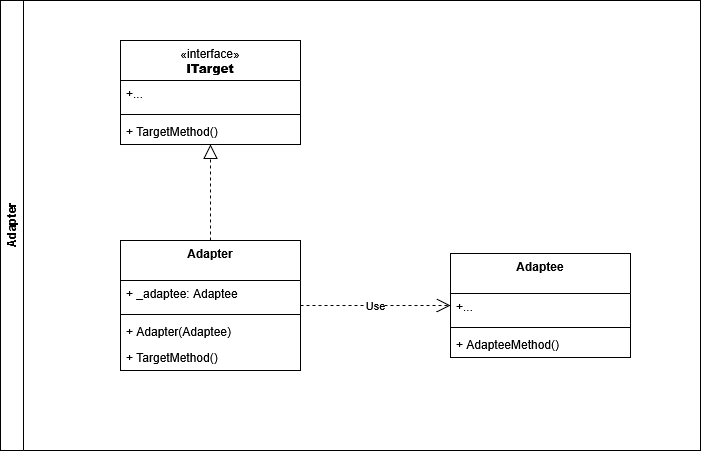
The draw.io diagram structurals/resources/adapter_components.drawio.png in devgalop/design-patterns-csharp, before a commit. Source tidied: cells renumbered, new cells last; positions are measured from the earlier drawing's top-left corner, leaving out a move shared by most shapes.
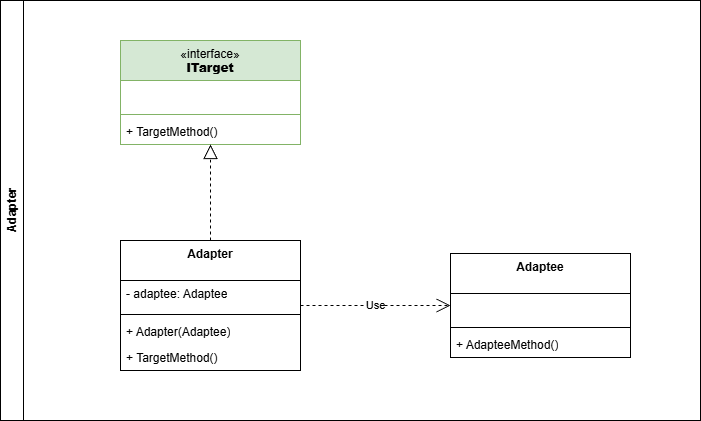
After the commit.

Change to the diagram source:
```diff
@@ -1,14 +1,14 @@
-<mxGraphModel>
+<mxGraphModel background="#ffffff">
   <root>
     <mxCell id="0" />
     <mxCell id="1" parent="0" />
     <mxCell id="2" value="Adapter" style="swimlane;horizontal=0;whiteSpace=wrap;html=1;" parent="1" vertex="1">
-      <mxGeometry width="700" height="450" as="geometry" />
+      <mxGeometry width="700" height="420" as="geometry" />
     </mxCell>
-    <mxCell id="3" value="&lt;span style=&quot;font-weight: normal;&quot;&gt;«interface»&lt;/span&gt;&lt;br&gt;&lt;b&gt;ITarget&lt;/b&gt;" style="swimlane;fontStyle=1;align=center;verticalAlign=top;horizontal=1;startSize=40;whiteSpace=wrap;html=1;" parent="2" vertex="1">
+    <mxCell id="3" value="&lt;span style=&quot;font-weight: normal;&quot;&gt;«interface»&lt;/span&gt;&lt;br&gt;&lt;b&gt;ITarget&lt;/b&gt;" style="swimlane;fontStyle=1;align=center;verticalAlign=top;horizontal=1;startSize=40;whiteSpace=wrap;html=1;fillColor=#d5e8d4;strokeColor=#82b366;" parent="2" vertex="1">
       <mxGeometry x="120" y="40" width="180" height="104" as="geometry" />
     </mxCell>
-    <mxCell id="4" value="+..." style="text;strokeColor=none;fillColor=none;align=left;verticalAlign=top;spacingLeft=4;spacingRight=4;overflow=hidden;whiteSpace=wrap;html=1;" parent="3" vertex="1">
+    <mxCell id="4" value="&amp;nbsp;" style="text;strokeColor=none;fillColor=none;align=left;verticalAlign=top;spacingLeft=4;spacingRight=4;overflow=hidden;whiteSpace=wrap;html=1;" parent="3" vertex="1">
       <mxGeometry y="40" width="180" height="30" as="geometry" />
     </mxCell>
     <mxCell id="5" style="line;strokeWidth=1;fillColor=none;align=left;verticalAlign=middle;spacingTop=-1;spacingLeft=3;spacingRight=3;labelPosition=right;strokeColor=inherit;" parent="3" vertex="1">
@@ -20,7 +20,7 @@
     <mxCell id="7" value="Adapter" style="swimlane;fontStyle=1;align=center;verticalAlign=top;horizontal=1;startSize=40;whiteSpace=wrap;html=1;" parent="2" vertex="1">
       <mxGeometry x="120" y="240" width="180" height="130" as="geometry" />
     </mxCell>
-    <mxCell id="8" value="+ _adaptee: Adaptee" style="text;strokeColor=none;fillColor=none;align=left;verticalAlign=top;spacingLeft=4;spacingRight=4;overflow=hidden;whiteSpace=wrap;html=1;" parent="7" vertex="1">
+    <mxCell id="8" value="- adaptee: Adaptee" style="text;strokeColor=none;fillColor=none;align=left;verticalAlign=top;spacingLeft=4;spacingRight=4;overflow=hidden;whiteSpace=wrap;html=1;" parent="7" vertex="1">
       <mxGeometry y="40" width="180" height="30" as="geometry" />
     </mxCell>
     <mxCell id="9" style="line;strokeWidth=1;fillColor=none;align=left;verticalAlign=middle;spacingTop=-1;spacingLeft=3;spacingRight=3;labelPosition=right;strokeColor=inherit;" parent="7" vertex="1">
@@ -35,7 +35,7 @@
     <mxCell id="12" value="Adaptee" style="swimlane;fontStyle=1;align=center;verticalAlign=top;horizontal=1;startSize=40;whiteSpace=wrap;html=1;" parent="2" vertex="1">
       <mxGeometry x="450" y="253" width="180" height="104" as="geometry" />
     </mxCell>
-    <mxCell id="13" value="+..." style="text;strokeColor=none;fillColor=none;align=left;verticalAlign=top;spacingLeft=4;spacingRight=4;overflow=hidden;whiteSpace=wrap;html=1;" parent="12" vertex="1">
+    <mxCell id="13" value="&amp;nbsp;" style="text;strokeColor=none;fillColor=none;align=left;verticalAlign=top;spacingLeft=4;spacingRight=4;overflow=hidden;whiteSpace=wrap;html=1;" parent="12" vertex="1">
       <mxGeometry y="40" width="180" height="30" as="geometry" />
     </mxCell>
     <mxCell id="14" style="line;strokeWidth=1;fillColor=none;align=left;verticalAlign=middle;spacingTop=-1;spacingLeft=3;spacingRight=3;labelPosition=right;strokeColor=inherit;" parent="12" vertex="1">
```
